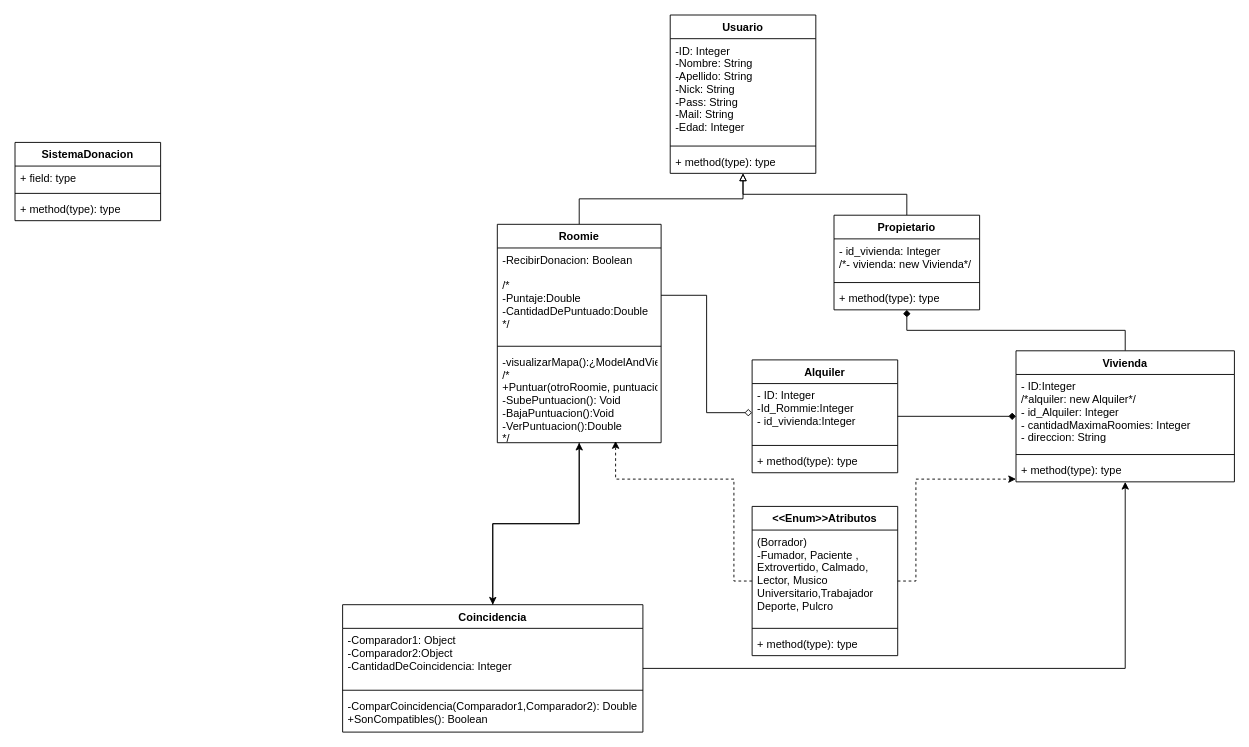
The draw.io diagram Sistema_de_Roomie.drawio in Lenh22/Proyecto-final-taller-web1-1C-2022, before the edit. Source tidied: cells renumbered, new cells numbered last; positions are measured from the earlier drawing's top-left corner, leaving out a move shared by most shapes. Both pictures are drawn from the tidied source at 91%, with x=0, y=0 at pixel (15, 15).
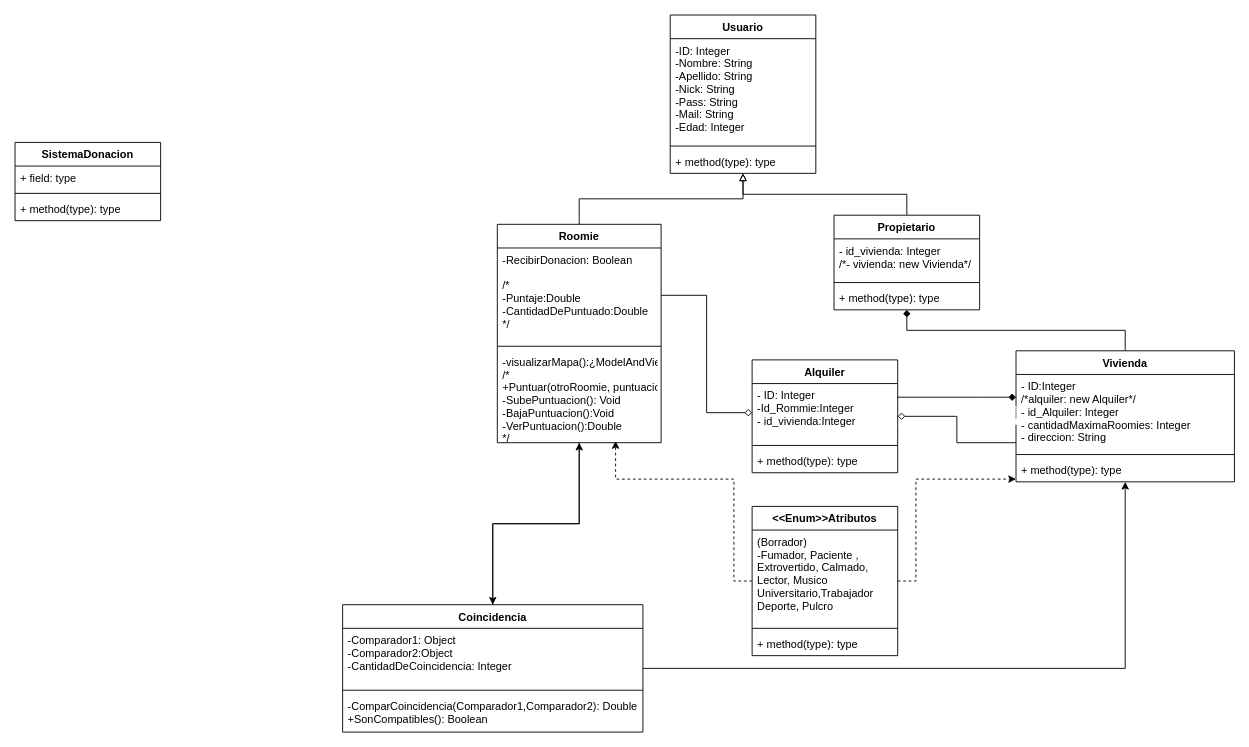
The same page after the edit.

Unchanged cells that the change refers to:
```xml
<mxCell id="16" value="Alquiler" style="swimlane;fontStyle=1;align=center;verticalAlign=top;horizontal=1;startSize=26;" parent="1" vertex="1">
  <mxGeometry x="810" y="379" width="160" height="124" as="geometry" />
</mxCell>
<mxCell id="21" value="Vivienda" style="swimlane;fontStyle=1;align=center;verticalAlign=top;horizontal=1;startSize=26;" parent="1" vertex="1">
  <mxGeometry x="1100" y="369" width="240" height="144" as="geometry" />
</mxCell>
```

Change to the diagram source:
```diff
@@
     <mxCell id="25" style="edgeStyle=orthogonalEdgeStyle;rounded=0;jettySize=auto;html=1;startArrow=none;startFill=0;endArrow=diamond;endFill=1;" parent="1" edge="1" source="16" target="21">
-      <mxGeometry relative="1" as="geometry" />
+      <mxGeometry relative="1" as="geometry">
+        <Array as="points">
+          <mxPoint x="1060" y="420" />
+          <mxPoint x="1060" y="420" />
+        </Array>
+      </mxGeometry>
     </mxCell>
@@
+    <mxCell id="44" style="edgeStyle=orthogonalEdgeStyle;rounded=0;orthogonalLoop=1;jettySize=auto;html=1;startArrow=none;startFill=0;endArrow=diamond;endFill=1;strokeColor=#FFFFFF;" parent="1" edge="1">
+      <mxGeometry relative="1" as="geometry">
+        <mxPoint x="970" y="451" as="sourcePoint" />
+        <mxPoint x="1100" y="451" as="targetPoint" />
+        <Array as="points">
+          <mxPoint x="1035" y="451" />
+          <mxPoint x="1035" y="430" />
+          <mxPoint x="1100" y="430" />
+        </Array>
+      </mxGeometry>
+    </mxCell>
+    <mxCell id="45" style="edgeStyle=orthogonalEdgeStyle;rounded=0;jettySize=auto;html=1;startArrow=none;startFill=0;endArrow=diamond;endFill=0;" parent="1" edge="1" source="21" target="16">
+      <mxGeometry relative="1" as="geometry">
+        <Array as="points">
+          <mxPoint x="1035" y="470" />
+          <mxPoint x="1035" y="441" />
+        </Array>
+      </mxGeometry>
+    </mxCell>
```
